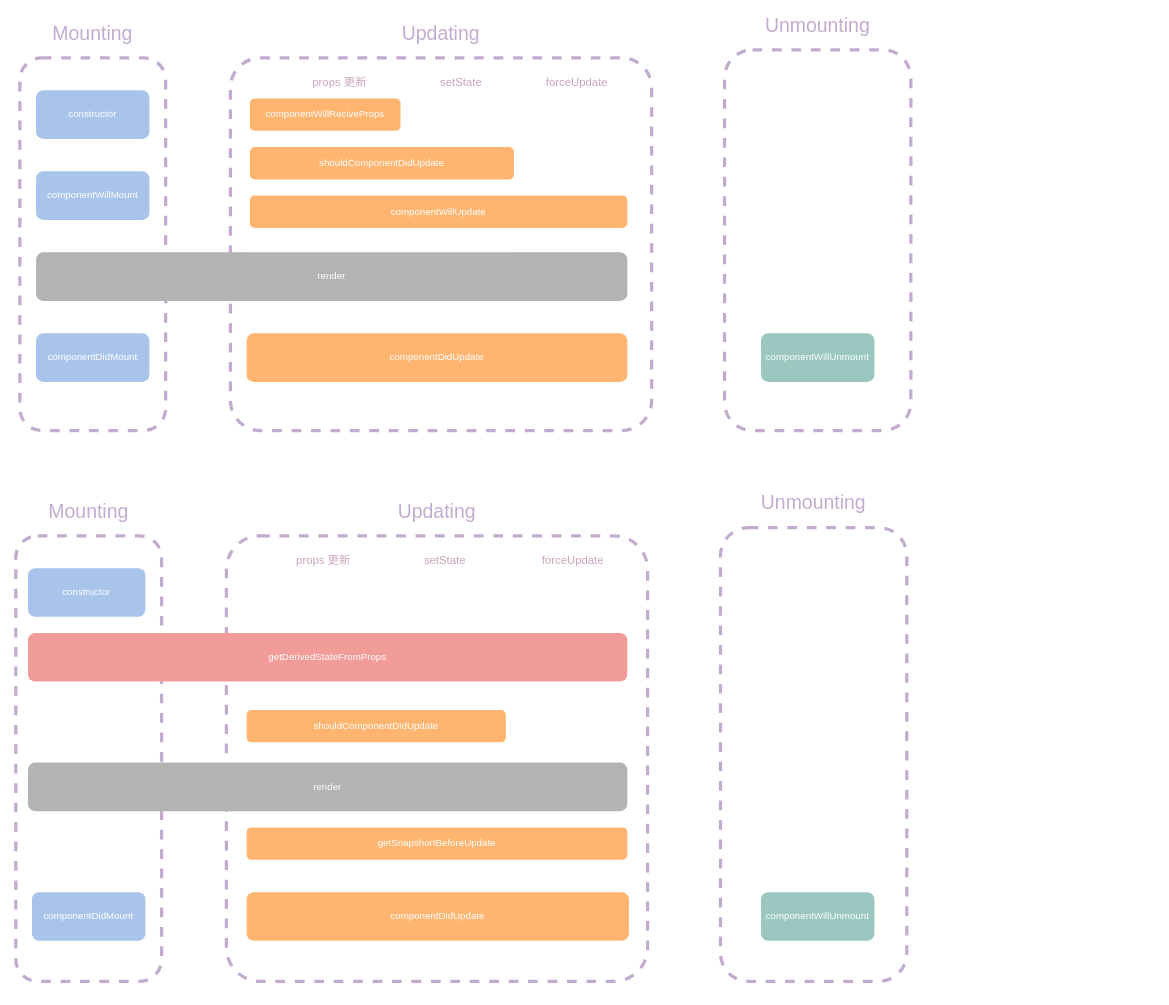
Above: page "生命周期对比" (11 of 11) of docs/framework/react.drawio in Jo-ko/blog (draw.io), before the change. Source tidied: cells renumbered, new cells numbered last; positions are measured from the earlier drawing's top-left corner, leaving out a move shared by most shapes. Both pictures are drawn from the tidied source at 81%, with x=0, y=0 at pixel (15, 17).
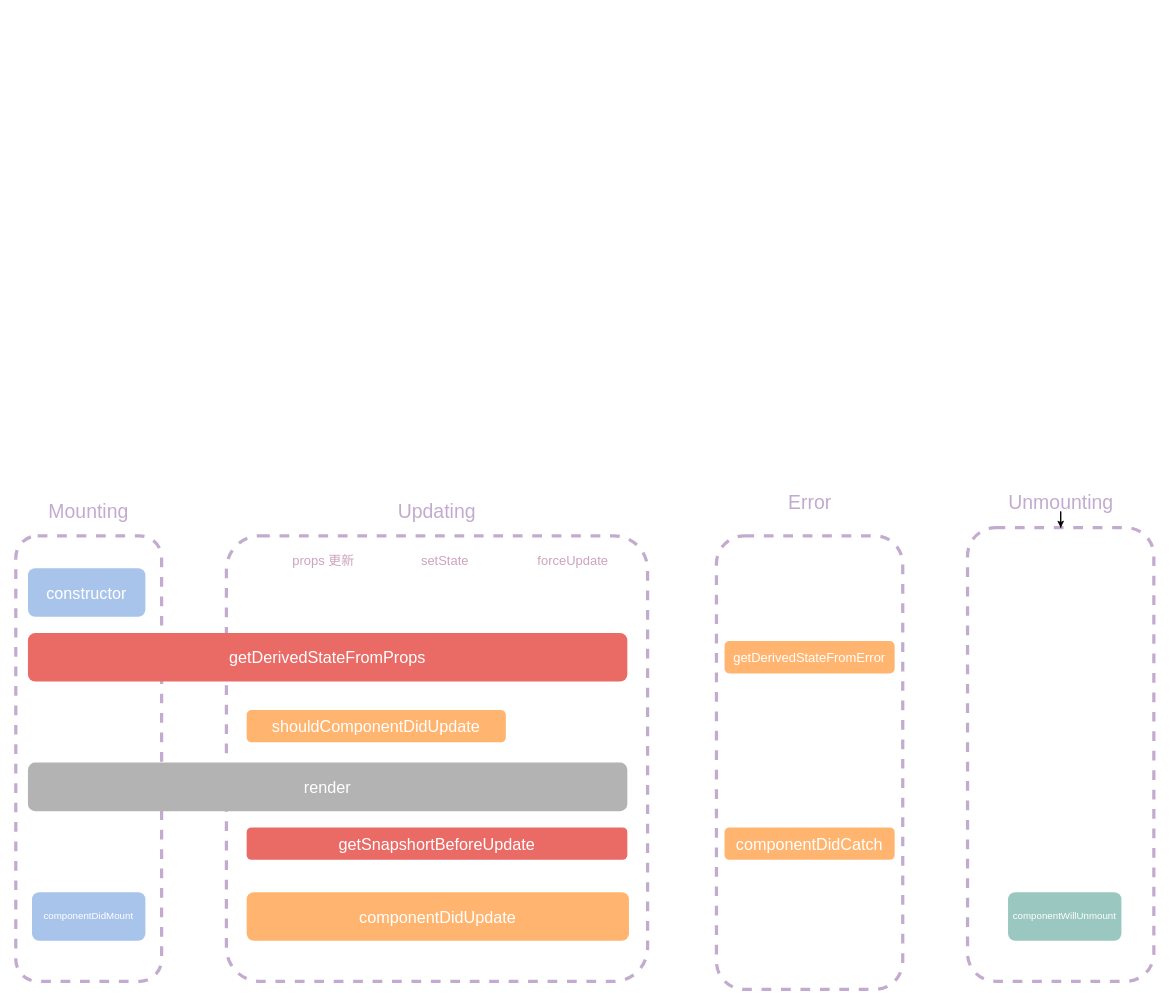
Above is the later version.

Change to the diagram source:
```diff
@@
-    <mxCell id="2" style="rounded=1;whiteSpace=wrap;html=1;fillColor=none;dashed=1;strokeWidth=4;strokeColor=#C3ABD0;" parent="1" vertex="1">
-      <mxGeometry x="5" y="50" width="180" height="460" as="geometry" />
-    </mxCell>
-    <mxCell id="3" value="Mounting" style="text;html=1;strokeColor=none;fillColor=none;align=center;verticalAlign=middle;whiteSpace=wrap;rounded=0;fontSize=24;fontColor=#C3ABD0;" parent="1" vertex="1">
-      <mxGeometry x="75" y="10" width="40" height="20" as="geometry" />
-    </mxCell>
-    <mxCell id="4" style="rounded=1;whiteSpace=wrap;html=1;fillColor=none;dashed=1;strokeWidth=4;arcSize=8;strokeColor=#C3ABD0;" parent="1" vertex="1">
-      <mxGeometry x="265" y="50" width="520" height="460" as="geometry" />
-    </mxCell>
-    <mxCell id="5" value="Updating" style="text;html=1;strokeColor=none;fillColor=none;align=center;verticalAlign=middle;whiteSpace=wrap;rounded=0;fontSize=24;fontColor=#C3ABD0;" parent="1" vertex="1">
-      <mxGeometry x="505" y="10" width="40" height="20" as="geometry" />
-    </mxCell>
-    <mxCell id="6" style="rounded=1;whiteSpace=wrap;html=1;fillColor=none;dashed=1;strokeWidth=4;strokeColor=#C3ABD0;" parent="1" vertex="1">
-      <mxGeometry x="875" y="40" width="230" height="470" as="geometry" />
-    </mxCell>
-    <mxCell id="7" value="Unmounting" style="text;html=1;strokeColor=none;fillColor=none;align=center;verticalAlign=middle;whiteSpace=wrap;rounded=0;fontSize=24;fontColor=#C3ABD0;" parent="1" vertex="1">
-      <mxGeometry x="970" width="40" height="20" as="geometry" />
-    </mxCell>
-    <mxCell id="8" value="constructor" style="rounded=1;whiteSpace=wrap;html=1;strokeColor=none;fillColor=#A9C4EB;fontColor=#FFFFFF;" parent="1" vertex="1">
-      <mxGeometry x="25" y="90" width="140" height="60" as="geometry" />
-    </mxCell>
-    <mxCell id="9" value="componentWillMount" style="rounded=1;whiteSpace=wrap;html=1;strokeColor=none;fillColor=#A9C4EB;fontColor=#FFFFFF;" parent="1" vertex="1">
-      <mxGeometry x="25" y="190" width="140" height="60" as="geometry" />
-    </mxCell>
-    <mxCell id="10" value="render" style="rounded=1;whiteSpace=wrap;html=1;strokeColor=none;fillColor=#B3B3B3;fontColor=#FFFFFF;" parent="1" vertex="1">
-      <mxGeometry x="25" y="290" width="730" height="60" as="geometry" />
-    </mxCell>
-    <mxCell id="11" value="componentDidMount" style="rounded=1;whiteSpace=wrap;html=1;strokeColor=none;fillColor=#A9C4EB;fontColor=#FFFFFF;" parent="1" vertex="1">
-      <mxGeometry x="25" y="390" width="140" height="60" as="geometry" />
-    </mxCell>
-    <mxCell id="12" value="componentWillReciveProps" style="rounded=1;whiteSpace=wrap;html=1;fontColor=#FFFFFF;strokeColor=none;fillColor=#FFB570;" parent="1" vertex="1">
-      <mxGeometry x="289" y="100" width="186" height="40" as="geometry" />
-    </mxCell>
-    <mxCell id="13" value="shouldComponentDidUpdate" style="rounded=1;whiteSpace=wrap;html=1;fontColor=#FFFFFF;strokeColor=none;fillColor=#FFB570;" parent="1" vertex="1">
-      <mxGeometry x="289" y="160" width="326" height="40" as="geometry" />
-    </mxCell>
-    <mxCell id="14" value="componentWillUpdate" style="rounded=1;whiteSpace=wrap;html=1;fontColor=#FFFFFF;strokeColor=none;fillColor=#FFB570;" parent="1" vertex="1">
-      <mxGeometry x="289" y="220" width="466" height="40" as="geometry" />
-    </mxCell>
-    <mxCell id="15" value="componentDidUpdate" style="rounded=1;whiteSpace=wrap;html=1;fontColor=#FFFFFF;strokeColor=none;fillColor=#FFB570;" parent="1" vertex="1">
-      <mxGeometry x="285" y="390" width="470" height="60" as="geometry" />
-    </mxCell>
-    <mxCell id="16" value="props 更新" style="text;html=1;strokeColor=none;fillColor=none;align=center;verticalAlign=middle;whiteSpace=wrap;rounded=0;fontColor=#CDA2BE;fontSize=14;" parent="1" vertex="1">
-      <mxGeometry x="355" y="70" width="90" height="20" as="geometry" />
-    </mxCell>
-    <mxCell id="17" value="setState" style="text;html=1;strokeColor=none;fillColor=none;align=center;verticalAlign=middle;whiteSpace=wrap;rounded=0;fontColor=#CDA2BE;fontSize=14;" parent="1" vertex="1">
-      <mxGeometry x="495" y="70" width="110" height="20" as="geometry" />
-    </mxCell>
-    <mxCell id="18" value="componentWillUnmount" style="rounded=1;whiteSpace=wrap;html=1;strokeColor=none;fillColor=#9AC7BF;fontColor=#FFFFFF;" parent="1" vertex="1">
-      <mxGeometry x="920" y="390" width="140" height="60" as="geometry" />
-    </mxCell>
-    <mxCell id="19" value="forceUpdate" style="text;html=1;strokeColor=none;fillColor=none;align=center;verticalAlign=middle;whiteSpace=wrap;rounded=0;fontColor=#CDA2BE;fontSize=14;" parent="1" vertex="1">
-      <mxGeometry x="637.5" y="70" width="110" height="20" as="geometry" />
-    </mxCell>
+    <mxCell id="37" parent="0" />
-    <mxCell id="20" style="rounded=1;whiteSpace=wrap;html=1;fillColor=none;dashed=1;strokeWidth=4;strokeColor=#C3ABD0;" parent="1" vertex="1">
+    <mxCell id="20" style="rounded=1;whiteSpace=wrap;html=1;fillColor=none;dashed=1;strokeWidth=4;strokeColor=#C3ABD0;" parent="37" vertex="1">
       <mxGeometry y="640" width="180" height="550" as="geometry" />
     </mxCell>
-    <mxCell id="21" value="Mounting" style="text;html=1;strokeColor=none;fillColor=none;align=center;verticalAlign=middle;whiteSpace=wrap;rounded=0;fontSize=24;fontColor=#C3ABD0;" parent="1" vertex="1">
+    <mxCell id="21" value="Mounting" style="text;html=1;strokeColor=none;fillColor=none;align=center;verticalAlign=middle;whiteSpace=wrap;rounded=0;fontSize=24;fontColor=#C3ABD0;" parent="37" vertex="1">
       <mxGeometry x="70" y="600" width="40" height="20" as="geometry" />
     </mxCell>
-    <mxCell id="22" style="rounded=1;whiteSpace=wrap;html=1;fillColor=none;dashed=1;strokeWidth=4;arcSize=8;strokeColor=#C3ABD0;" parent="1" vertex="1">
+    <mxCell id="22" style="rounded=1;whiteSpace=wrap;html=1;fillColor=none;dashed=1;strokeWidth=4;arcSize=8;strokeColor=#C3ABD0;" parent="37" vertex="1">
       <mxGeometry x="260" y="640" width="520" height="550" as="geometry" />
     </mxCell>
-    <mxCell id="23" value="Updating" style="text;html=1;strokeColor=none;fillColor=none;align=center;verticalAlign=middle;whiteSpace=wrap;rounded=0;fontSize=24;fontColor=#C3ABD0;" parent="1" vertex="1">
+    <mxCell id="23" value="Updating" style="text;html=1;strokeColor=none;fillColor=none;align=center;verticalAlign=middle;whiteSpace=wrap;rounded=0;fontSize=24;fontColor=#C3ABD0;" parent="37" vertex="1">
       <mxGeometry x="500" y="600" width="40" height="20" as="geometry" />
     </mxCell>
-    <mxCell id="24" style="rounded=1;whiteSpace=wrap;html=1;fillColor=none;dashed=1;strokeWidth=4;strokeColor=#C3ABD0;" parent="1" vertex="1">
-      <mxGeometry x="870" y="630" width="230" height="560" as="geometry" />
-    </mxCell>
-    <mxCell id="25" value="Unmounting" style="text;html=1;strokeColor=none;fillColor=none;align=center;verticalAlign=middle;whiteSpace=wrap;rounded=0;fontSize=24;fontColor=#C3ABD0;" parent="1" vertex="1">
-      <mxGeometry x="965" y="590" width="40" height="20" as="geometry" />
-    </mxCell>
-    <mxCell id="26" value="constructor" style="rounded=1;whiteSpace=wrap;html=1;strokeColor=none;fillColor=#A9C4EB;fontColor=#FFFFFF;" parent="1" vertex="1">
-      <mxGeometry x="15" y="680" width="145" height="60" as="geometry" />
-    </mxCell>
-    <mxCell id="27" value="render" style="rounded=1;whiteSpace=wrap;html=1;strokeColor=none;fillColor=#B3B3B3;fontColor=#FFFFFF;" parent="1" vertex="1">
-      <mxGeometry x="15" y="920" width="740" height="60" as="geometry" />
-    </mxCell>
-    <mxCell id="28" value="componentDidMount" style="rounded=1;whiteSpace=wrap;html=1;strokeColor=none;fillColor=#A9C4EB;fontColor=#FFFFFF;" parent="1" vertex="1">
-      <mxGeometry x="20" y="1080" width="140" height="60" as="geometry" />
-    </mxCell>
+    <mxCell id="38" style="rounded=1;whiteSpace=wrap;html=1;fillColor=none;dashed=1;strokeWidth=4;strokeColor=#C3ABD0;" parent="37" vertex="1">
+      <mxGeometry x="1175" y="630" width="230" height="560" as="geometry" />
+    </mxCell>
+    <mxCell id="39" style="edgeStyle=orthogonalEdgeStyle;rounded=0;jettySize=auto;html=1;fontSize=12;" parent="37" edge="1" source="40" target="38">
+      <mxGeometry relative="1" as="geometry" />
+    </mxCell>
+    <mxCell id="40" value="Unmounting" style="text;html=1;strokeColor=none;fillColor=none;align=center;verticalAlign=middle;whiteSpace=wrap;rounded=0;fontSize=24;fontColor=#C3ABD0;" parent="37" vertex="1">
+      <mxGeometry x="1197.5" y="590" width="185" height="20" as="geometry" />
+    </mxCell>
+    <mxCell id="41" value="constructor" style="rounded=1;whiteSpace=wrap;html=1;strokeColor=none;fillColor=#A9C4EB;fontColor=#FFFFFF;fontSize=20;" parent="37" vertex="1">
+      <mxGeometry x="15" y="680" width="145" height="60" as="geometry" />
+    </mxCell>
+    <mxCell id="42" value="render" style="rounded=1;whiteSpace=wrap;html=1;strokeColor=none;fillColor=#B3B3B3;fontColor=#FFFFFF;fontSize=20;" parent="37" vertex="1">
+      <mxGeometry x="15" y="920" width="740" height="60" as="geometry" />
+    </mxCell>
+    <mxCell id="43" value="componentDidMount" style="rounded=1;whiteSpace=wrap;html=1;strokeColor=none;fillColor=#A9C4EB;fontColor=#FFFFFF;fontSize=12;" parent="37" vertex="1">
+      <mxGeometry x="20" y="1080" width="140" height="60" as="geometry" />
+    </mxCell>
-    <mxCell id="29" value="getDerivedStateFromProps" style="rounded=1;whiteSpace=wrap;html=1;fontColor=#FFFFFF;strokeColor=none;fillColor=#F19C99;" parent="1" vertex="1">
+    <mxCell id="29" value="getDerivedStateFromProps" style="rounded=1;whiteSpace=wrap;html=1;fontColor=#FFFFFF;strokeColor=none;fontSize=20;fillColor=#EA6B66;" parent="37" vertex="1">
       <mxGeometry x="15" y="760" width="740" height="60" as="geometry" />
     </mxCell>
-    <mxCell id="30" value="componentDidUpdate" style="rounded=1;whiteSpace=wrap;html=1;fontColor=#FFFFFF;strokeColor=none;fillColor=#FFB570;" parent="1" vertex="1">
-      <mxGeometry x="285" y="1080" width="472" height="60" as="geometry" />
-    </mxCell>
-    <mxCell id="31" value="props 更新" style="text;html=1;strokeColor=none;fillColor=none;align=center;verticalAlign=middle;whiteSpace=wrap;rounded=0;fontColor=#CDA2BE;fontSize=14;" parent="1" vertex="1">
-      <mxGeometry x="335" y="660" width="90" height="20" as="geometry" />
-    </mxCell>
-    <mxCell id="32" value="setState" style="text;html=1;strokeColor=none;fillColor=none;align=center;verticalAlign=middle;whiteSpace=wrap;rounded=0;fontColor=#CDA2BE;fontSize=14;" parent="1" vertex="1">
-      <mxGeometry x="475" y="660" width="110" height="20" as="geometry" />
-    </mxCell>
-    <mxCell id="33" value="componentWillUnmount" style="rounded=1;whiteSpace=wrap;html=1;strokeColor=none;fillColor=#9AC7BF;fontColor=#FFFFFF;" parent="1" vertex="1">
-      <mxGeometry x="920" y="1080" width="140" height="60" as="geometry" />
-    </mxCell>
-    <mxCell id="34" value="forceUpdate" style="text;html=1;strokeColor=none;fillColor=none;align=center;verticalAlign=middle;whiteSpace=wrap;rounded=0;fontColor=#CDA2BE;fontSize=14;" parent="1" vertex="1">
-      <mxGeometry x="632.5" y="660" width="110" height="20" as="geometry" />
-    </mxCell>
-    <mxCell id="35" value="shouldComponentDidUpdate" style="rounded=1;whiteSpace=wrap;html=1;strokeColor=none;fontColor=#FFFFFF;fillColor=#FFB570;" parent="1" vertex="1">
-      <mxGeometry x="285" y="855" width="320" height="40" as="geometry" />
-    </mxCell>
+    <mxCell id="44" value="componentDidUpdate" style="rounded=1;whiteSpace=wrap;html=1;fontColor=#FFFFFF;strokeColor=none;fillColor=#FFB570;fontSize=20;" parent="37" vertex="1">
+      <mxGeometry x="285" y="1080" width="472" height="60" as="geometry" />
+    </mxCell>
+    <mxCell id="45" value="props 更新" style="text;html=1;strokeColor=none;fillColor=none;align=center;verticalAlign=middle;whiteSpace=wrap;rounded=0;fontColor=#CDA2BE;fontSize=16;" parent="37" vertex="1">
+      <mxGeometry x="335" y="660" width="90" height="20" as="geometry" />
+    </mxCell>
+    <mxCell id="46" value="setState" style="text;html=1;strokeColor=none;fillColor=none;align=center;verticalAlign=middle;whiteSpace=wrap;rounded=0;fontColor=#CDA2BE;fontSize=16;" parent="37" vertex="1">
+      <mxGeometry x="475" y="660" width="110" height="20" as="geometry" />
+    </mxCell>
+    <mxCell id="47" value="componentWillUnmount" style="rounded=1;whiteSpace=wrap;html=1;strokeColor=none;fillColor=#9AC7BF;fontColor=#FFFFFF;fontSize=12;" parent="37" vertex="1">
+      <mxGeometry x="1225" y="1080" width="140" height="60" as="geometry" />
+    </mxCell>
+    <mxCell id="48" value="forceUpdate" style="text;html=1;strokeColor=none;fillColor=none;align=center;verticalAlign=middle;whiteSpace=wrap;rounded=0;fontColor=#CDA2BE;fontSize=16;" parent="37" vertex="1">
+      <mxGeometry x="632.5" y="660" width="110" height="20" as="geometry" />
+    </mxCell>
+    <mxCell id="49" value="shouldComponentDidUpdate" style="rounded=1;whiteSpace=wrap;html=1;strokeColor=none;fontColor=#FFFFFF;fillColor=#FFB570;fontSize=20;" parent="37" vertex="1">
+      <mxGeometry x="285" y="855" width="320" height="40" as="geometry" />
+    </mxCell>
-    <mxCell id="36" value="getSnapshortBeforeUpdate" style="rounded=1;whiteSpace=wrap;html=1;strokeColor=none;fontColor=#FFFFFF;fillColor=#FFB570;" parent="1" vertex="1">
+    <mxCell id="36" value="getSnapshortBeforeUpdate" style="rounded=1;whiteSpace=wrap;html=1;strokeColor=none;fontColor=#FFFFFF;fontSize=20;fillColor=#EA6B66;" parent="37" vertex="1">
       <mxGeometry x="285" y="1000" width="470" height="40" as="geometry" />
     </mxCell>
+    <mxCell id="50" style="rounded=1;whiteSpace=wrap;html=1;fillColor=none;dashed=1;strokeWidth=4;strokeColor=#C3ABD0;" parent="37" vertex="1">
+      <mxGeometry x="865" y="640" width="230" height="560" as="geometry" />
+    </mxCell>
+    <mxCell id="51" value="Error" style="text;html=1;strokeColor=none;fillColor=none;align=center;verticalAlign=middle;whiteSpace=wrap;rounded=0;fontSize=24;fontColor=#C3ABD0;" parent="37" vertex="1">
+      <mxGeometry x="887.5" y="590" width="185" height="20" as="geometry" />
+    </mxCell>
+    <mxCell id="52" value="componentDidCatch" style="rounded=1;whiteSpace=wrap;html=1;strokeColor=none;fontColor=#FFFFFF;fillColor=#FFB570;fontSize=20;" parent="37" vertex="1">
+      <mxGeometry x="875" y="1000" width="210" height="40" as="geometry" />
+    </mxCell>
+    <mxCell id="53" value="getDerivedStateFromError" style="rounded=1;whiteSpace=wrap;html=1;strokeColor=none;fontColor=#FFFFFF;fillColor=#FFB570;fontSize=16;" parent="37" vertex="1">
+      <mxGeometry x="875" y="770" width="210" height="40" as="geometry" />
+    </mxCell>
```
